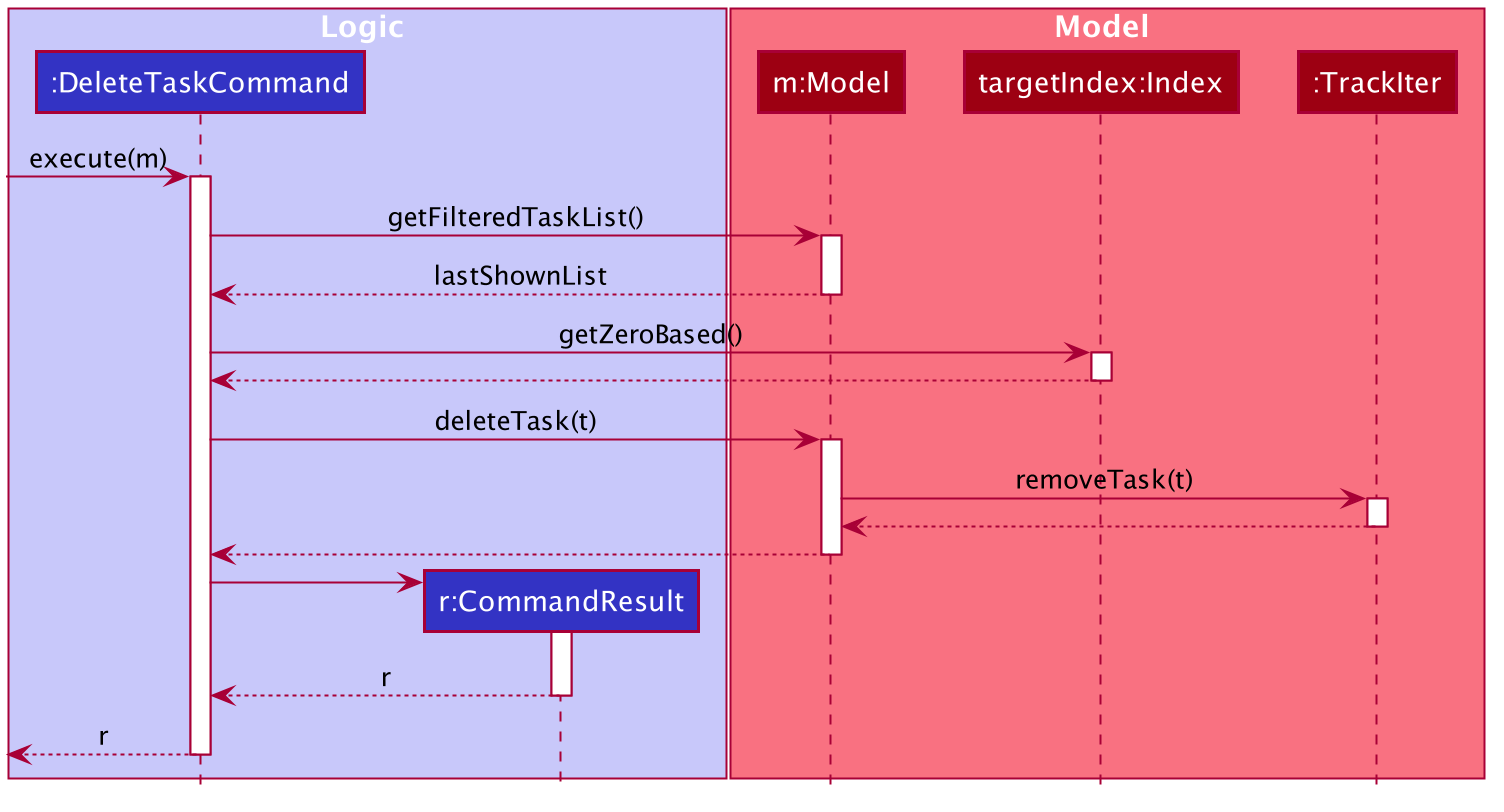
Before: docs/images/DeleteTaskSequenceDiagram.png, a diagram exported from PlantUML (simonteozw/tp).
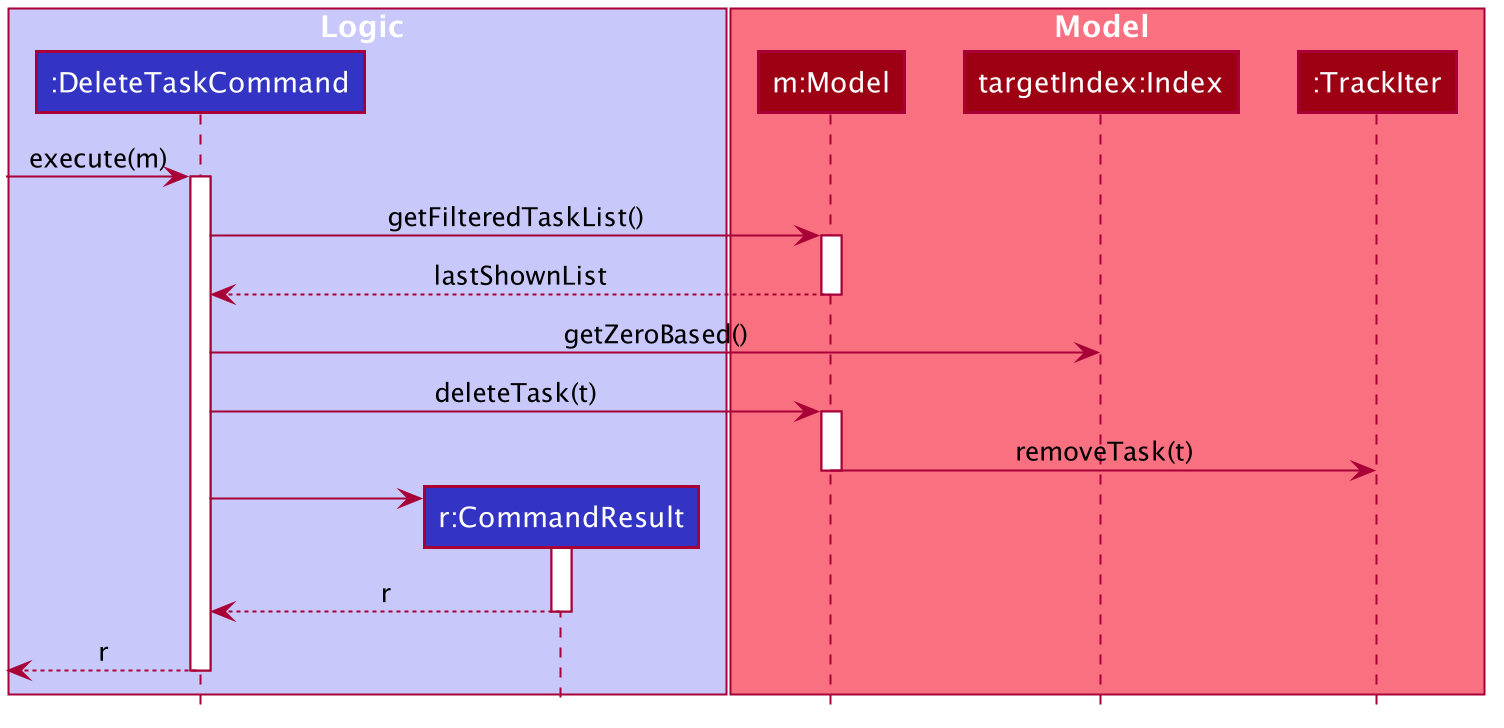
After the change.

Commit message:
Improve sequence diagrams

The edit, as a diff of the source:
```diff
@@ -71,22 +71,13 @@
 deactivate Model
 
 DeleteTaskCommand -> index : getZeroBased()
-activate index
-
-index --> DeleteTaskCommand
-deactivate index
 
 
 DeleteTaskCommand -> Model : deleteTask(t)
 activate Model
 
 Model -> TrackIter : removeTask(t)
-activate TrackIter
 
-TrackIter --> Model
-deactivate TrackIter
-
-Model --> DeleteTaskCommand
 deactivate Model
 
 create CommandResult
```
